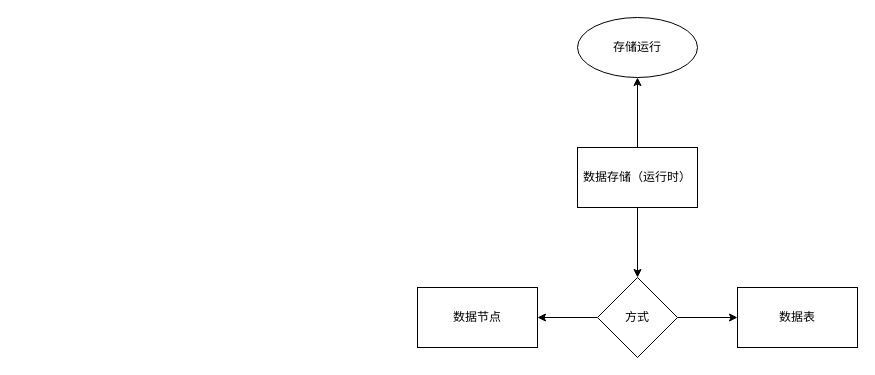
xzp3094997376/DrawIO keeps this draw.io diagram as 数据节点.drawio. Above is the earlier version. Source tidied: cells renumbered, new cells numbered last; positions are measured from the earlier drawing's top-left corner, leaving out a move shared by most shapes. Both pictures are drawn from the tidied source at 100%, with x=0, y=0 at pixel (417, 17).
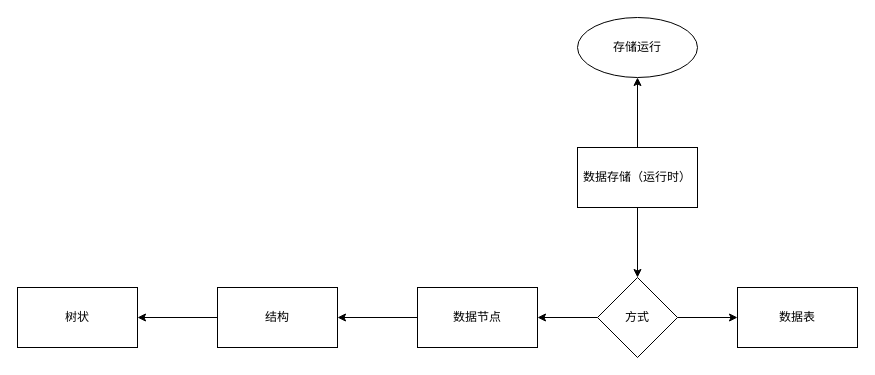
The same page after the edit.

Change to the diagram source:
```diff
@@
 <mxGraphModel>
   <root>
     <mxCell id="0" />
     <mxCell id="1" parent="0" />
     <mxCell id="2" style="edgeStyle=orthogonalEdgeStyle;rounded=0;jettySize=auto;html=1;" parent="1" edge="1" source="4" target="5">
       <mxGeometry relative="1" as="geometry" />
     </mxCell>
     <mxCell id="3" style="edgeStyle=orthogonalEdgeStyle;rounded=0;jettySize=auto;html=1;" parent="1" edge="1" source="4" target="8">
       <mxGeometry relative="1" as="geometry" />
     </mxCell>
     <mxCell id="4" value="数据存储（运行时）" style="whiteSpace=wrap;html=1;" parent="1" vertex="1">
       <mxGeometry x="160" y="130" width="120" height="60" as="geometry" />
     </mxCell>
     <mxCell id="5" value="存储运行" style="ellipse;whiteSpace=wrap;html=1;" parent="1" vertex="1">
       <mxGeometry x="160" width="120" height="60" as="geometry" />
     </mxCell>
     <mxCell id="6" style="edgeStyle=orthogonalEdgeStyle;rounded=0;jettySize=auto;html=1;" parent="1" edge="1" source="8" target="9">
       <mxGeometry relative="1" as="geometry" />
     </mxCell>
     <mxCell id="7" style="edgeStyle=orthogonalEdgeStyle;rounded=0;jettySize=auto;html=1;" parent="1" edge="1" source="8" target="10">
       <mxGeometry relative="1" as="geometry" />
     </mxCell>
     <mxCell id="8" value="方式" style="rhombus;whiteSpace=wrap;html=1;" parent="1" vertex="1">
       <mxGeometry x="180" y="260" width="80" height="80" as="geometry" />
     </mxCell>
+    <mxCell id="11" style="edgeStyle=orthogonalEdgeStyle;rounded=0;jettySize=auto;html=1;" parent="1" edge="1" source="9" target="13">
+      <mxGeometry relative="1" as="geometry" />
+    </mxCell>
     <mxCell id="9" value="数据节点" style="whiteSpace=wrap;html=1;" parent="1" vertex="1">
       <mxGeometry y="270" width="120" height="60" as="geometry" />
     </mxCell>
     <mxCell id="10" value="数据表" style="whiteSpace=wrap;html=1;" parent="1" vertex="1">
       <mxGeometry x="320" y="270" width="120" height="60" as="geometry" />
     </mxCell>
+    <mxCell id="12" style="edgeStyle=orthogonalEdgeStyle;rounded=0;jettySize=auto;html=1;" parent="1" edge="1" source="13" target="14">
+      <mxGeometry relative="1" as="geometry" />
+    </mxCell>
+    <mxCell id="13" value="结构" style="whiteSpace=wrap;html=1;" parent="1" vertex="1">
+      <mxGeometry x="-200" y="270" width="120" height="60" as="geometry" />
+    </mxCell>
+    <mxCell id="14" value="树状" style="whiteSpace=wrap;html=1;" parent="1" vertex="1">
+      <mxGeometry x="-400" y="270" width="120" height="60" as="geometry" />
+    </mxCell>
   </root>
 </mxGraphModel>
```
